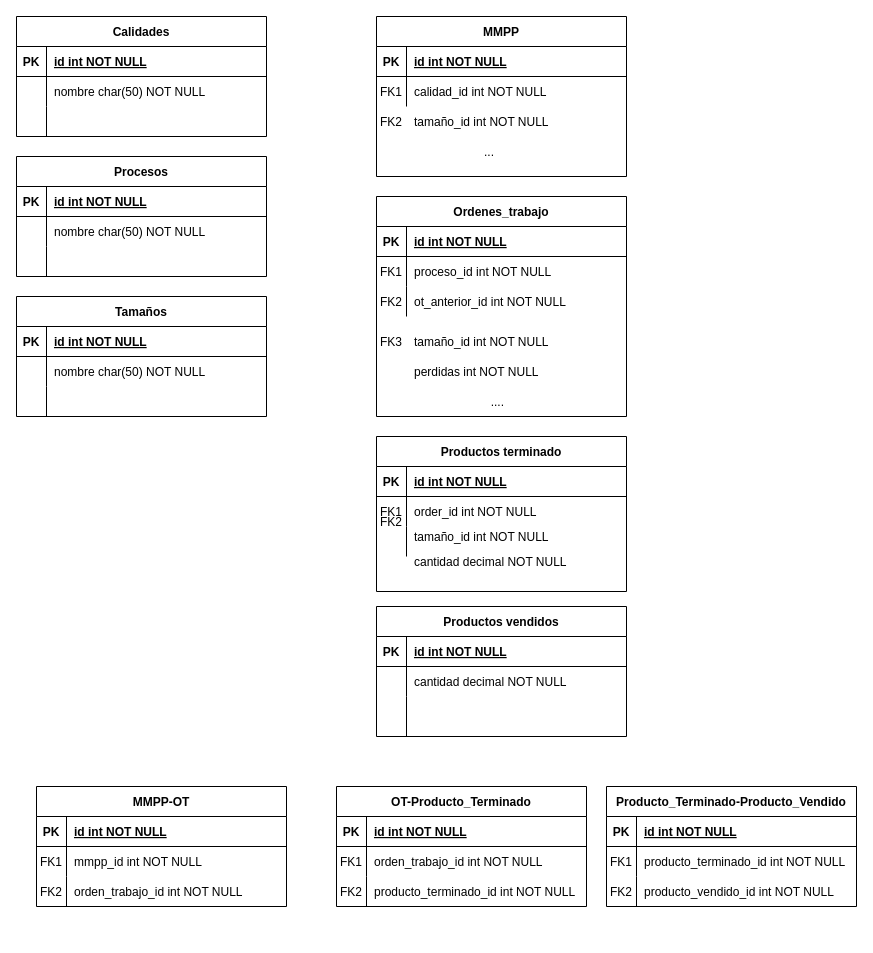
Above: Diagrama sin título.drawio in idcetim/diagramasFerroglobe (draw.io), before the change. Source tidied: cells renumbered, new cells numbered last; positions are measured from the earlier drawing's top-left corner, leaving out a move shared by most shapes. Both pictures are drawn from the tidied source at 100%, with x=0, y=0 at pixel (16, 16).
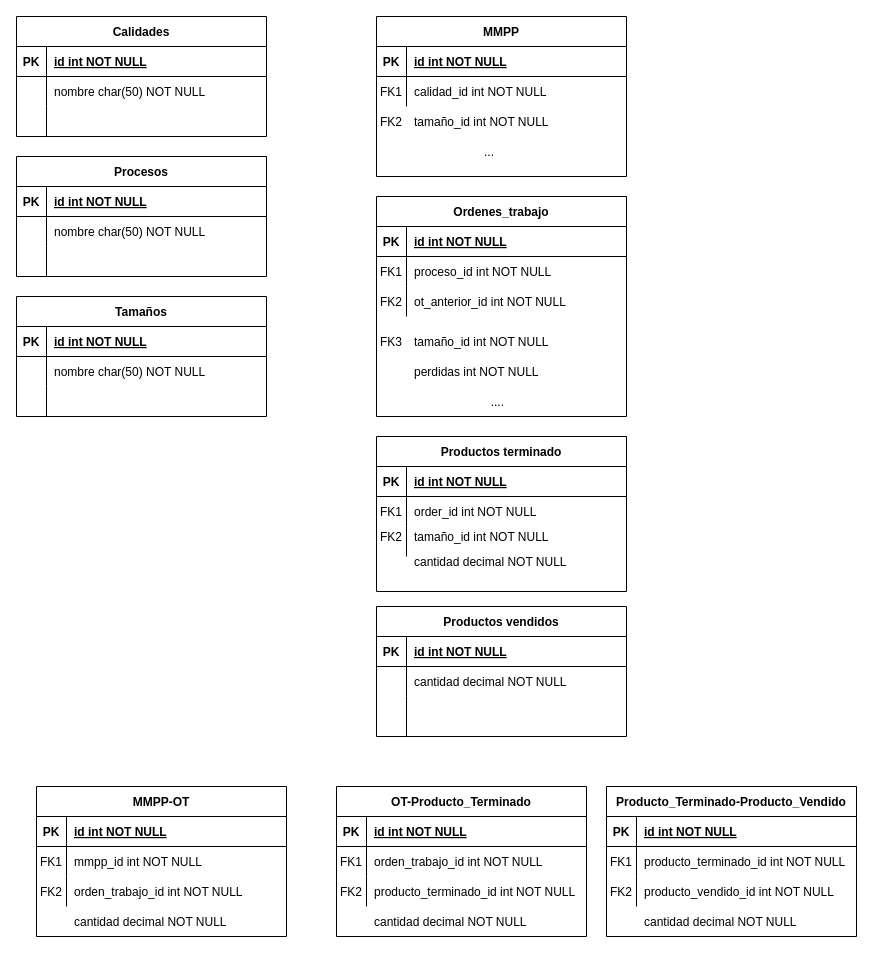
After the change.

Change to the diagram source:
```diff
@@
     <mxCell id="51" value="MMPP-OT" style="shape=table;startSize=30;childLayout=tableLayout;rowLines=0;fontStyle=1;align=center;" parent="1" vertex="1">
-      <mxGeometry x="20" y="770" width="250" height="120" as="geometry" />
+      <mxGeometry x="20" y="770" width="250" height="150" as="geometry" />
     </mxCell>
@@
     <mxCell id="61" value="OT-Producto_Terminado" style="shape=table;startSize=30;childLayout=tableLayout;rowLines=0;fontStyle=1;align=center;" parent="1" vertex="1">
-      <mxGeometry x="320" y="770" width="250" height="120" as="geometry" />
+      <mxGeometry x="320" y="770" width="250" height="150" as="geometry" />
     </mxCell>
@@
     <mxCell id="84" value="FK2" style="shape=partialRectangle;overflow=hidden;fillColor=none;top=0;left=0;bottom=0;right=0;" parent="1" vertex="1">
-      <mxGeometry x="360" y="490" width="30" height="30" as="geometry" />
+      <mxGeometry x="360" y="505" width="30" height="30" as="geometry" />
     </mxCell>
@@
     <mxCell id="100" value="Producto_Terminado-Producto_Vendido" style="shape=table;startSize=30;childLayout=tableLayout;rowLines=0;fontStyle=1;align=center;" parent="1" vertex="1">
-      <mxGeometry x="590" y="770" width="250" height="120" as="geometry" />
+      <mxGeometry x="590" y="770" width="250" height="150" as="geometry" />
     </mxCell>
@@
+    <mxCell id="112" value="cantidad decimal NOT NULL" style="shape=partialRectangle;overflow=hidden;fillColor=none;top=0;left=0;bottom=0;right=0;align=left;spacingLeft=6;" parent="1" vertex="1">
+      <mxGeometry x="50" y="890" width="220" height="30" as="geometry" />
+    </mxCell>
+    <mxCell id="113" value="cantidad decimal NOT NULL" style="shape=partialRectangle;overflow=hidden;fillColor=none;top=0;left=0;bottom=0;right=0;align=left;spacingLeft=6;" parent="1" vertex="1">
+      <mxGeometry x="350" y="890" width="220" height="30" as="geometry" />
+    </mxCell>
+    <mxCell id="114" value="cantidad decimal NOT NULL" style="shape=partialRectangle;overflow=hidden;fillColor=none;top=0;left=0;bottom=0;right=0;align=left;spacingLeft=6;" parent="1" vertex="1">
+      <mxGeometry x="620" y="890" width="220" height="30" as="geometry" />
+    </mxCell>
```
